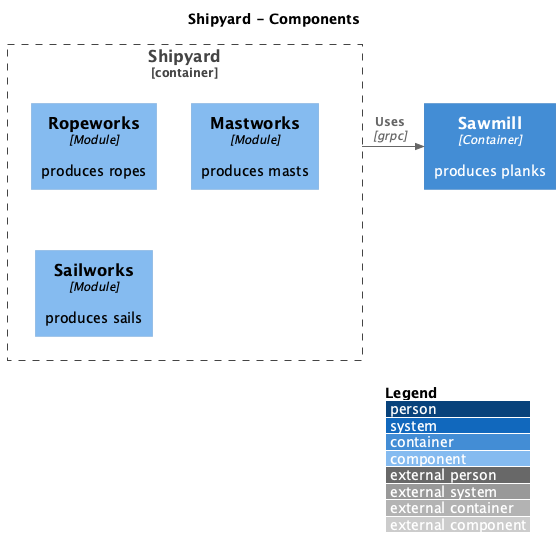
Before: modular-monolith/docs/C4_Component.png, a diagram exported from PlantUML (mateuszmidor/GoStudy).
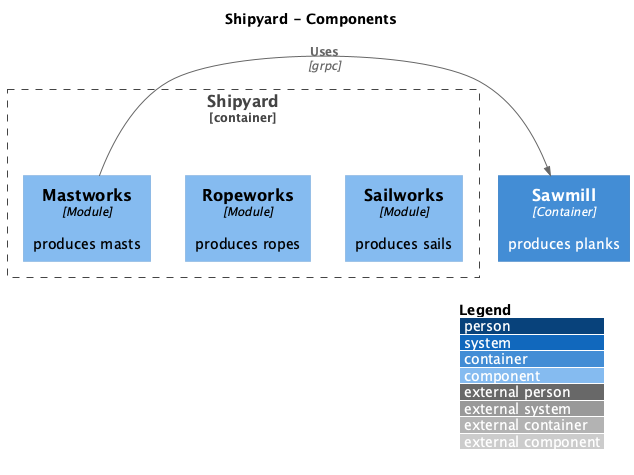
The same diagram one commit later.

Commit message:
now mastworks module requests raw product from sawmill

What changed in the source:
```diff
@@ -5,11 +5,11 @@
 
 title Shipyard - Components
 
-Container_Boundary(Shipyard, "Shipyard") {
+Container_Boundary(shipyard, "Shipyard") {
     Component(ropeworks, "Ropeworks", "Module", "produces ropes")
     Component(mastworks, "Mastworks", "Module", "produces masts")
     Component(sailworks, "Sailworks", "Module", "produces sails")
 }
-Container(Sawmill, "Sawmill", "Container", "produces planks")
-Rel_Neighbor(Shipyard, Sawmill, "Uses", "grpc")
+Container(sawmill, "Sawmill", "Container", "produces planks")
+Rel_Neighbor(mastworks, sawmill, "Uses", "grpc")
 @enduml
```
